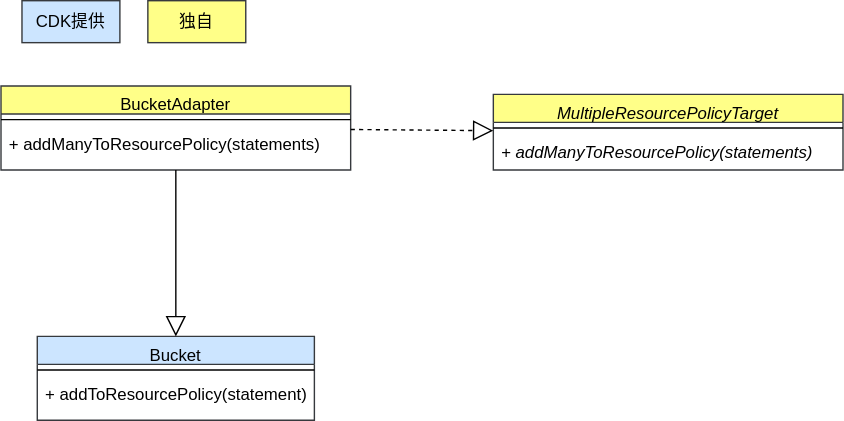
This is drawio/adapter/adapter_cdk.drawio.svg from go-to-k/cdk-gof-design-pattern, a draw.io export, as it was before one commit. Source tidied: cells renumbered, new cells last; positions are measured from the earlier drawing's top-left corner, leaving out a move shared by most shapes.
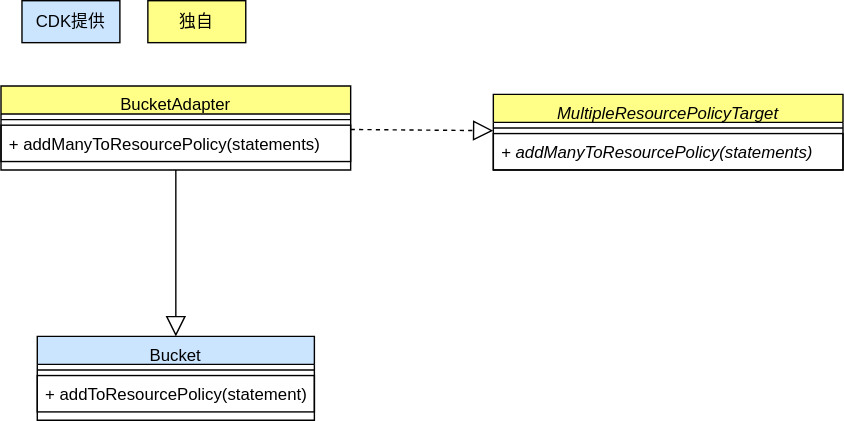
The same diagram one commit later.

Diff of the diagram source:
```diff
@@ -1,44 +1,44 @@
-<mxGraphModel>
+<mxGraphModel background="#ffffff">
   <root>
     <mxCell id="0" />
     <mxCell id="1" parent="0" />
-    <mxCell id="2" value="BucketAdapter" style="swimlane;fontStyle=0;align=center;verticalAlign=top;horizontal=1;startSize=20;rounded=0;shadow=0;strokeWidth=1;fillColor=#ffff88;strokeColor=#36393d;" parent="1" vertex="1">
+    <mxCell id="2" value="BucketAdapter" style="swimlane;fontStyle=0;align=center;verticalAlign=top;horizontal=1;startSize=20;rounded=0;shadow=0;strokeWidth=1;fillColor=#ffff88;strokeColor=#000000;fontColor=#000000;" parent="1" vertex="1">
       <mxGeometry y="61" width="250" height="60" as="geometry" />
     </mxCell>
-    <mxCell id="3" style="line;html=1;strokeWidth=1;align=left;verticalAlign=middle;spacingTop=-1;spacingLeft=3;spacingRight=3;labelPosition=right;" parent="2" vertex="1">
+    <mxCell id="3" style="line;html=1;strokeWidth=1;align=left;verticalAlign=middle;spacingTop=-1;spacingLeft=3;spacingRight=3;labelPosition=right;fontColor=#000000;strokeColor=#000000;" parent="2" vertex="1">
       <mxGeometry y="20" width="250" height="8" as="geometry" />
     </mxCell>
-    <mxCell id="4" value="+ addManyToResourcePolicy(statements)" style="text;strokeColor=none;fillColor=none;align=left;verticalAlign=top;spacingLeft=4;spacingRight=4;overflow=hidden;whiteSpace=wrap;html=1;" parent="2" vertex="1">
+    <mxCell id="4" value="+ addManyToResourcePolicy(statements)" style="text;strokeColor=#000000;fillColor=none;align=left;verticalAlign=top;spacingLeft=4;spacingRight=4;overflow=hidden;whiteSpace=wrap;html=1;fontColor=#000000;" parent="2" vertex="1">
       <mxGeometry y="28" width="250" height="26" as="geometry" />
     </mxCell>
-    <mxCell id="5" value="MultipleResourcePolicyTarget" style="swimlane;fontStyle=2;align=center;verticalAlign=top;horizontal=1;startSize=20;rounded=0;shadow=0;strokeWidth=1;fillColor=#FFFF88;strokeColor=#36393d;" parent="1" vertex="1">
+    <mxCell id="5" value="MultipleResourcePolicyTarget" style="swimlane;fontStyle=2;align=center;verticalAlign=top;horizontal=1;startSize=20;rounded=0;shadow=0;strokeWidth=1;fillColor=#FFFF88;strokeColor=#000000;fontColor=#000000;" parent="1" vertex="1">
       <mxGeometry x="352" y="67" width="250" height="54" as="geometry" />
     </mxCell>
-    <mxCell id="6" style="line;html=1;strokeWidth=1;align=left;verticalAlign=middle;spacingTop=-1;spacingLeft=3;spacingRight=3;labelPosition=right;" parent="5" vertex="1">
+    <mxCell id="6" style="line;html=1;strokeWidth=1;align=left;verticalAlign=middle;spacingTop=-1;spacingLeft=3;spacingRight=3;labelPosition=right;fontColor=#000000;strokeColor=#000000;" parent="5" vertex="1">
       <mxGeometry y="20" width="250" height="8" as="geometry" />
     </mxCell>
-    <mxCell id="7" value="&lt;i&gt;+ addManyToResourcePolicy(statements)&lt;/i&gt;" style="text;strokeColor=none;fillColor=none;align=left;verticalAlign=top;spacingLeft=4;spacingRight=4;overflow=hidden;whiteSpace=wrap;html=1;" parent="5" vertex="1">
+    <mxCell id="7" value="&lt;i&gt;+ addManyToResourcePolicy(statements)&lt;/i&gt;" style="text;strokeColor=#000000;fillColor=none;align=left;verticalAlign=top;spacingLeft=4;spacingRight=4;overflow=hidden;whiteSpace=wrap;html=1;fontColor=#000000;" parent="5" vertex="1">
       <mxGeometry y="28" width="250" height="26" as="geometry" />
     </mxCell>
-    <mxCell id="8" value="Bucket" style="swimlane;fontStyle=0;align=center;verticalAlign=top;horizontal=1;startSize=20;rounded=0;shadow=0;strokeWidth=1;fillColor=#cce5ff;strokeColor=#36393d;" parent="1" vertex="1">
+    <mxCell id="8" value="Bucket" style="swimlane;fontStyle=0;align=center;verticalAlign=top;horizontal=1;startSize=20;rounded=0;shadow=0;strokeWidth=1;fillColor=#cce5ff;strokeColor=#000000;fontColor=#000000;" parent="1" vertex="1">
       <mxGeometry x="25.9" y="240" width="198.1" height="60" as="geometry" />
     </mxCell>
-    <mxCell id="9" style="line;html=1;strokeWidth=1;align=left;verticalAlign=middle;spacingTop=-1;spacingLeft=3;spacingRight=3;labelPosition=right;" parent="8" vertex="1">
+    <mxCell id="9" style="line;html=1;strokeWidth=1;align=left;verticalAlign=middle;spacingTop=-1;spacingLeft=3;spacingRight=3;labelPosition=right;fontColor=#000000;strokeColor=#000000;" parent="8" vertex="1">
       <mxGeometry y="20" width="198.1" height="8" as="geometry" />
     </mxCell>
-    <mxCell id="10" value="+ addToResourcePolicy(statement)" style="text;strokeColor=none;fillColor=none;align=left;verticalAlign=top;spacingLeft=4;spacingRight=4;overflow=hidden;whiteSpace=wrap;html=1;" parent="8" vertex="1">
+    <mxCell id="10" value="+ addToResourcePolicy(statement)" style="text;strokeColor=#000000;fillColor=none;align=left;verticalAlign=top;spacingLeft=4;spacingRight=4;overflow=hidden;whiteSpace=wrap;html=1;fontColor=#000000;" parent="8" vertex="1">
       <mxGeometry y="28" width="198.1" height="26" as="geometry" />
     </mxCell>
-    <mxCell id="11" style="endArrow=block;endFill=0;endSize=12;html=1;rounded=0;entryX=0.5;entryY=0;entryDx=0;entryDy=0;" parent="1" edge="1" source="2" target="8">
+    <mxCell id="11" style="endArrow=block;endFill=0;endSize=12;html=1;rounded=0;entryX=0.5;entryY=0;entryDx=0;entryDy=0;fontColor=#000000;strokeColor=#000000;" parent="1" edge="1" source="2" target="8">
       <mxGeometry relative="1" as="geometry" />
     </mxCell>
-    <mxCell id="12" style="endArrow=block;dashed=1;endFill=0;endSize=12;html=1;" parent="1" edge="1" source="2" target="5">
+    <mxCell id="12" style="endArrow=block;dashed=1;endFill=0;endSize=12;html=1;fontColor=#000000;strokeColor=#000000;labelBackgroundColor=none;" parent="1" edge="1" source="2" target="5">
       <mxGeometry relative="1" as="geometry" />
     </mxCell>
-    <mxCell id="13" value="独自" style="rounded=0;whiteSpace=wrap;html=1;fillColor=#ffff88;strokeColor=#36393d;" parent="1" vertex="1">
+    <mxCell id="13" value="独自" style="rounded=0;whiteSpace=wrap;html=1;fillColor=#ffff88;strokeColor=#000000;fontColor=#000000;" parent="1" vertex="1">
       <mxGeometry x="105" width="70" height="30" as="geometry" />
     </mxCell>
-    <mxCell id="14" value="CDK提供" style="rounded=0;whiteSpace=wrap;html=1;fillColor=#cce5ff;strokeColor=#36393d;" parent="1" vertex="1">
+    <mxCell id="14" value="CDK提供" style="rounded=0;whiteSpace=wrap;html=1;fillColor=#cce5ff;strokeColor=#000000;fontColor=#000000;" parent="1" vertex="1">
       <mxGeometry x="15" width="70" height="30" as="geometry" />
     </mxCell>
   </root>
```
